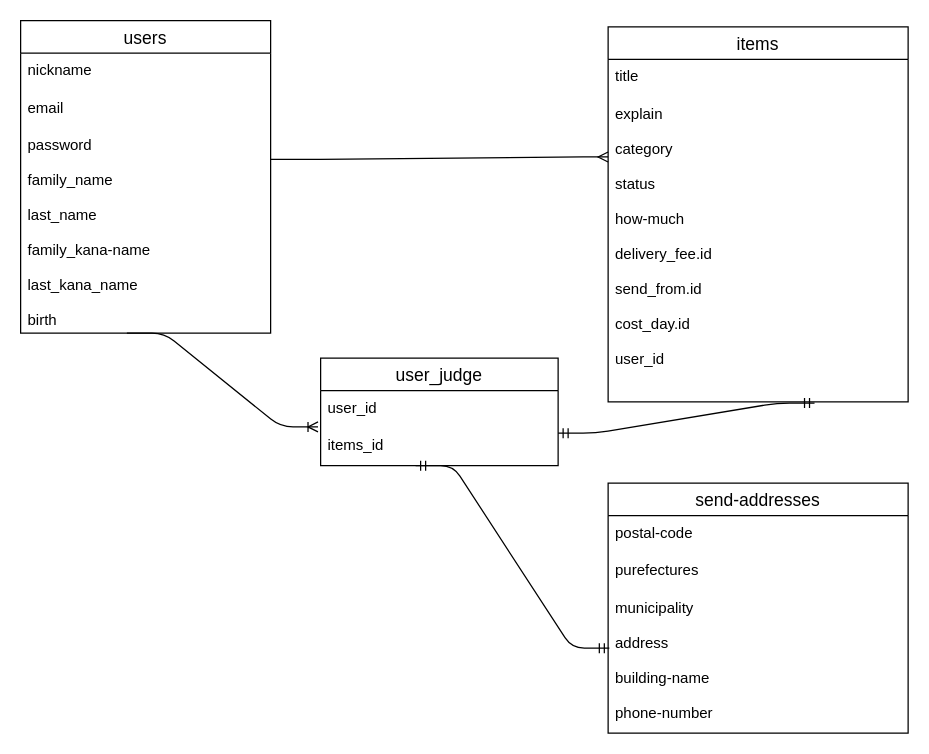
Earlier version of the draw.io diagram ER.dio (Satota2048/furima-34998). Source tidied: cells renumbered, new cells numbered last; positions are measured from the earlier drawing's top-left corner, leaving out a move shared by most shapes. Both pictures are drawn from the tidied source at 125%, with x=0, y=0 at pixel (20, 20).
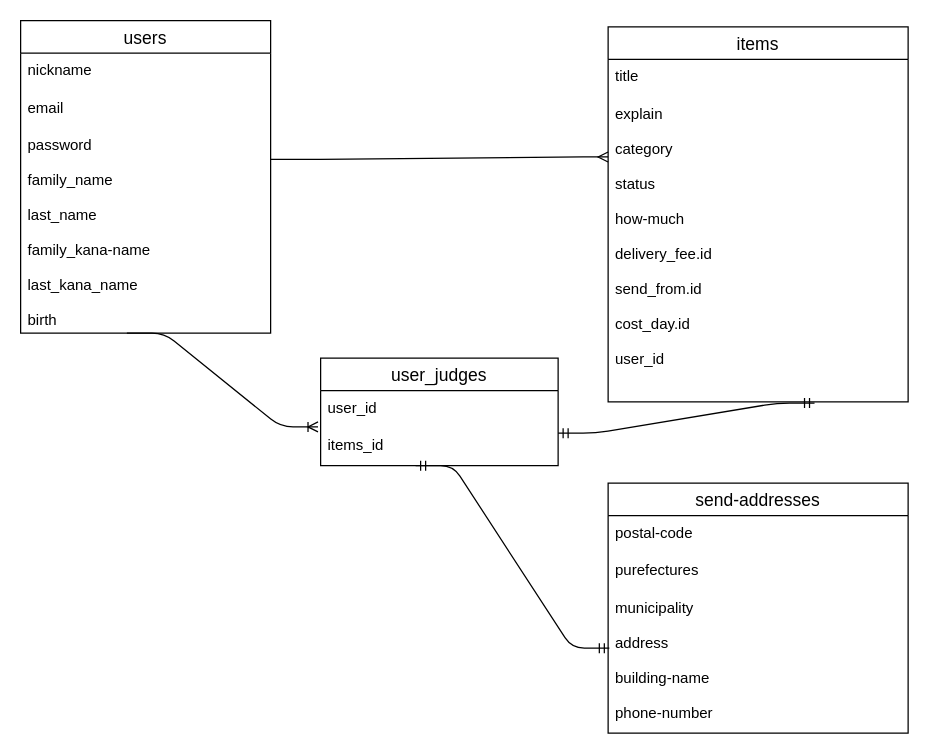
The same diagram, later.

Change to the diagram source:
```diff
@@
-    <mxCell id="17" value="user_judge" style="swimlane;fontStyle=0;horizontal=1;startSize=26;align=center;fontSize=14;" parent="1" vertex="1">
+    <mxCell id="17" value="user_judges" style="swimlane;fontStyle=0;horizontal=1;startSize=26;align=center;fontSize=14;" parent="1" vertex="1">
       <mxGeometry x="240" y="270" width="190" height="86" as="geometry" />
     </mxCell>
```
